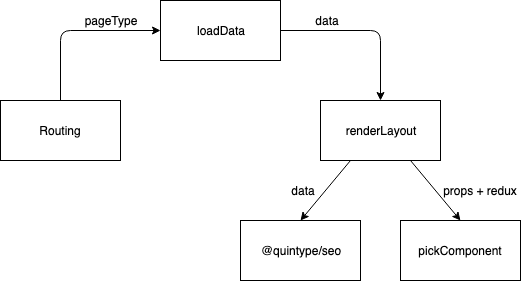
Above: images/server-side-architecture.png in quintype/malibu (draw.io), before the change. Source tidied: cells renumbered, new cells last; positions are measured from the earlier drawing's top-left corner, leaving out a move shared by most shapes. Its diagram source:
```xml
<mxGraphModel>
  <root>
    <mxCell id="0" />
    <mxCell id="1" parent="0" />
    <mxCell id="2" value="Routing" style="rounded=0;whiteSpace=wrap;html=1;" parent="1" vertex="1">
      <mxGeometry y="100" width="120" height="60" as="geometry" />
    </mxCell>
    <mxCell id="3" value="loadData" style="rounded=0;whiteSpace=wrap;html=1;" parent="1" vertex="1">
      <mxGeometry x="160" width="120" height="60" as="geometry" />
    </mxCell>
    <mxCell id="4" value="renderLayout" style="rounded=0;whiteSpace=wrap;html=1;" parent="1" vertex="1">
      <mxGeometry x="320" y="100" width="120" height="60" as="geometry" />
    </mxCell>
    <mxCell id="5" value="@quintype/seo" style="rounded=0;whiteSpace=wrap;html=1;" parent="1" vertex="1">
      <mxGeometry x="240" y="220" width="120" height="60" as="geometry" />
    </mxCell>
    <mxCell id="6" value="pickComponent" style="rounded=0;whiteSpace=wrap;html=1;" parent="1" vertex="1">
      <mxGeometry x="400" y="220" width="120" height="60" as="geometry" />
    </mxCell>
    <mxCell id="7" style="endArrow=classic;html=1;entryX=0;entryY=0.5;entryDx=0;entryDy=0;exitX=0.5;exitY=0;exitDx=0;exitDy=0;" parent="1" edge="1" source="2" target="3">
      <mxGeometry relative="1" as="geometry">
        <Array as="points">
          <mxPoint x="60" y="30" />
        </Array>
      </mxGeometry>
    </mxCell>
    <mxCell id="8" style="endArrow=classic;html=1;exitX=1;exitY=0.5;exitDx=0;exitDy=0;entryX=0.5;entryY=0;entryDx=0;entryDy=0;" parent="1" edge="1" source="3" target="4">
      <mxGeometry relative="1" as="geometry">
        <Array as="points">
          <mxPoint x="380" y="30" />
        </Array>
      </mxGeometry>
    </mxCell>
    <mxCell id="9" style="endArrow=classic;html=1;entryX=0.5;entryY=0;entryDx=0;entryDy=0;exitX=0.25;exitY=1;exitDx=0;exitDy=0;" parent="1" edge="1" source="4" target="5">
      <mxGeometry relative="1" as="geometry" />
    </mxCell>
    <mxCell id="10" style="endArrow=classic;html=1;entryX=0.5;entryY=0;entryDx=0;entryDy=0;exitX=0.75;exitY=1;exitDx=0;exitDy=0;" parent="1" edge="1" source="4" target="6">
      <mxGeometry relative="1" as="geometry" />
    </mxCell>
    <mxCell id="11" value="pageType" style="text;html=1;strokeColor=none;fillColor=none;align=center;verticalAlign=middle;whiteSpace=wrap;rounded=0;" parent="1" vertex="1">
      <mxGeometry x="90" y="10" width="40" height="20" as="geometry" />
    </mxCell>
    <mxCell id="12" value="data" style="text;html=1;strokeColor=none;fillColor=none;align=center;verticalAlign=middle;whiteSpace=wrap;rounded=0;" parent="1" vertex="1">
      <mxGeometry x="307" y="10" width="40" height="20" as="geometry" />
    </mxCell>
    <mxCell id="13" value="props + redux" style="text;html=1;strokeColor=none;fillColor=none;align=center;verticalAlign=middle;whiteSpace=wrap;rounded=0;" parent="1" vertex="1">
      <mxGeometry x="440" y="180" width="80" height="20" as="geometry" />
    </mxCell>
    <mxCell id="14" value="data" style="text;html=1;strokeColor=none;fillColor=none;align=center;verticalAlign=middle;whiteSpace=wrap;rounded=0;" parent="1" vertex="1">
      <mxGeometry x="283" y="180" width="40" height="20" as="geometry" />
    </mxCell>
  </root>
</mxGraphModel>
```
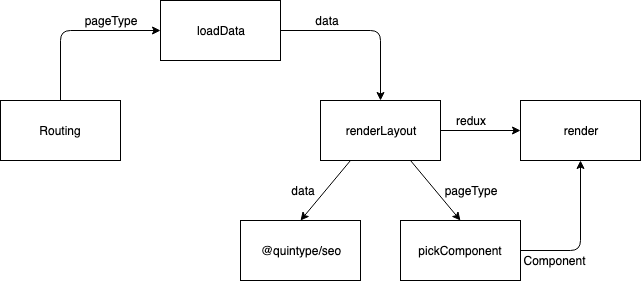
After the commit.

Commit message:
Finished yammering on about server side rendering

What changed in the source:
```diff
@@ -43,11 +43,30 @@
     <mxCell id="12" value="data" style="text;html=1;strokeColor=none;fillColor=none;align=center;verticalAlign=middle;whiteSpace=wrap;rounded=0;" parent="1" vertex="1">
       <mxGeometry x="307" y="10" width="40" height="20" as="geometry" />
     </mxCell>
-    <mxCell id="13" value="props + redux" style="text;html=1;strokeColor=none;fillColor=none;align=center;verticalAlign=middle;whiteSpace=wrap;rounded=0;" parent="1" vertex="1">
-      <mxGeometry x="440" y="180" width="80" height="20" as="geometry" />
+    <mxCell id="13" value="pageType" style="text;html=1;strokeColor=none;fillColor=none;align=center;verticalAlign=middle;whiteSpace=wrap;rounded=0;" parent="1" vertex="1">
+      <mxGeometry x="430" y="180" width="80" height="20" as="geometry" />
     </mxCell>
     <mxCell id="14" value="data" style="text;html=1;strokeColor=none;fillColor=none;align=center;verticalAlign=middle;whiteSpace=wrap;rounded=0;" parent="1" vertex="1">
       <mxGeometry x="283" y="180" width="40" height="20" as="geometry" />
     </mxCell>
+    <mxCell id="15" value="render" style="rounded=0;whiteSpace=wrap;html=1;" parent="1" vertex="1">
+      <mxGeometry x="520" y="100" width="120" height="60" as="geometry" />
+    </mxCell>
+    <mxCell id="16" style="endArrow=classic;html=1;entryX=0;entryY=0.5;entryDx=0;entryDy=0;" parent="1" edge="1" source="4" target="15">
+      <mxGeometry relative="1" as="geometry" />
+    </mxCell>
+    <mxCell id="17" style="endArrow=classic;html=1;entryX=0.5;entryY=1;entryDx=0;entryDy=0;exitX=1;exitY=0.5;exitDx=0;exitDy=0;" parent="1" edge="1" source="6" target="15">
+      <mxGeometry relative="1" as="geometry">
+        <Array as="points">
+          <mxPoint x="580" y="250" />
+        </Array>
+      </mxGeometry>
+    </mxCell>
+    <mxCell id="18" value="Component" style="text;html=1;strokeColor=none;fillColor=none;align=center;verticalAlign=middle;whiteSpace=wrap;rounded=0;" parent="1" vertex="1">
+      <mxGeometry x="534" y="250" width="40" height="20" as="geometry" />
+    </mxCell>
+    <mxCell id="19" value="redux" style="text;html=1;strokeColor=none;fillColor=none;align=center;verticalAlign=middle;whiteSpace=wrap;rounded=0;" parent="1" vertex="1">
+      <mxGeometry x="450" y="110" width="40" height="20" as="geometry" />
+    </mxCell>
   </root>
 </mxGraphModel>
```
